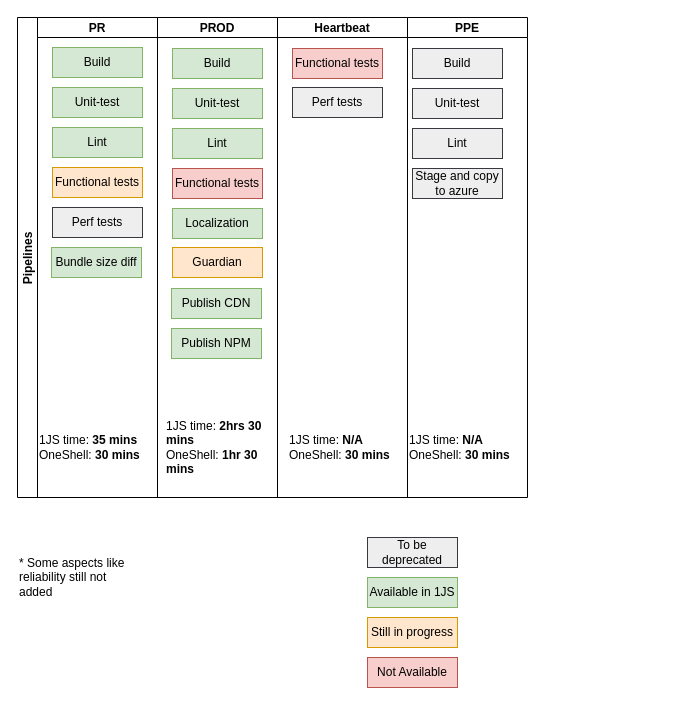
mskraiba/drawings keeps this draw.io diagram as Untitled Diagram.drawio. Above is the earlier version. Source tidied: cells renumbered, new cells numbered last; positions are measured from the earlier drawing's top-left corner, leaving out a move shared by most shapes. Both pictures are drawn from the tidied source at 100%, with x=0, y=0 at pixel (17, 17).
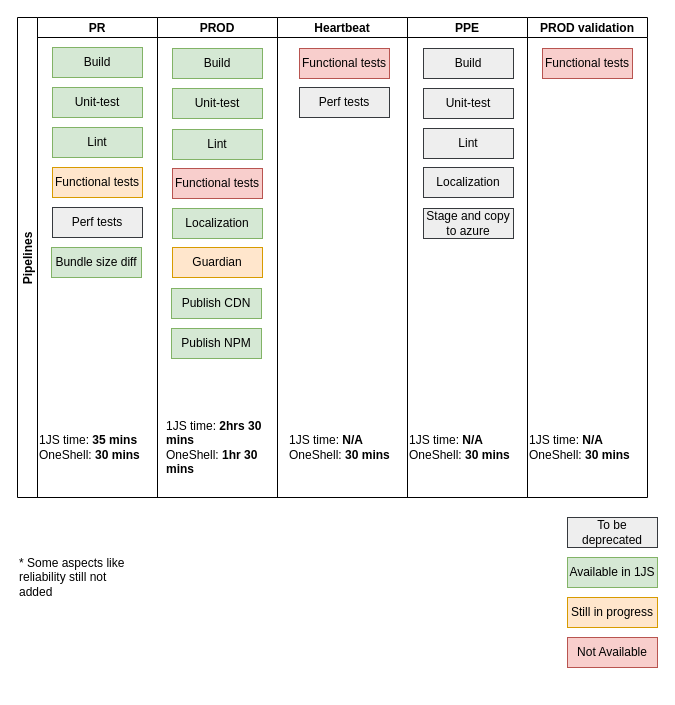
The same diagram, later.

Commit message:
Pipelines Mapping

Change to the diagram source:
```diff
@@
-    <mxCell id="17" value="Lint" style="rounded=0;whiteSpace=wrap;html=1;fillColor=#d5e8d4;strokeColor=#82b366;" parent="1" vertex="1">
-      <mxGeometry x="155" y="111" width="90" height="30" as="geometry" />
-    </mxCell>
@@
     <mxCell id="22" value="Functional tests" style="rounded=0;whiteSpace=wrap;html=1;fillColor=#f8cecc;strokeColor=#b85450;" parent="1" vertex="1">
-      <mxGeometry x="275" y="31" width="90" height="30" as="geometry" />
+      <mxGeometry x="282" y="31" width="90" height="30" as="geometry" />
     </mxCell>
@@
     <mxCell id="24" value="Perf tests" style="rounded=0;whiteSpace=wrap;html=1;fillColor=#eeeeee;strokeColor=#36393d;" parent="1" vertex="1">
-      <mxGeometry x="275" y="70" width="90" height="30" as="geometry" />
+      <mxGeometry x="282" y="70" width="90" height="30" as="geometry" />
     </mxCell>
@@
     <mxCell id="26" value="Build" style="rounded=0;whiteSpace=wrap;html=1;fillColor=#eeeeee;strokeColor=#36393d;" parent="1" vertex="1">
-      <mxGeometry x="395" y="31" width="90" height="30" as="geometry" />
+      <mxGeometry x="406" y="31" width="90" height="30" as="geometry" />
     </mxCell>
     <mxCell id="27" value="Unit-test" style="rounded=0;whiteSpace=wrap;html=1;fillColor=#eeeeee;strokeColor=#36393d;" parent="1" vertex="1">
-      <mxGeometry x="395" y="71" width="90" height="30" as="geometry" />
+      <mxGeometry x="406" y="71" width="90" height="30" as="geometry" />
     </mxCell>
     <mxCell id="28" value="Lint" style="rounded=0;whiteSpace=wrap;html=1;fillColor=#eeeeee;strokeColor=#36393d;" parent="1" vertex="1">
-      <mxGeometry x="395" y="111" width="90" height="30" as="geometry" />
+      <mxGeometry x="406" y="111" width="90" height="30" as="geometry" />
     </mxCell>
     <mxCell id="29" value="Stage and copy to azure" style="rounded=0;whiteSpace=wrap;html=1;fillColor=#eeeeee;strokeColor=#36393d;" parent="1" vertex="1">
-      <mxGeometry x="395" y="151" width="90" height="30" as="geometry" />
+      <mxGeometry x="406" y="191" width="90" height="30" as="geometry" />
     </mxCell>
@@
     <mxCell id="31" value="To be deprecated" style="rounded=0;whiteSpace=wrap;html=1;fillColor=#eeeeee;strokeColor=#36393d;" parent="1" vertex="1">
-      <mxGeometry x="350" y="520" width="90" height="30" as="geometry" />
+      <mxGeometry x="550" y="500" width="90" height="30" as="geometry" />
     </mxCell>
     <mxCell id="32" value="Available in 1JS" style="rounded=0;whiteSpace=wrap;html=1;fillColor=#d5e8d4;strokeColor=#82b366;" parent="1" vertex="1">
-      <mxGeometry x="350" y="560" width="90" height="30" as="geometry" />
+      <mxGeometry x="550" y="540" width="90" height="30" as="geometry" />
     </mxCell>
     <mxCell id="33" value="Still in progress" style="rounded=0;whiteSpace=wrap;html=1;fillColor=#ffe6cc;strokeColor=#d79b00;" parent="1" vertex="1">
-      <mxGeometry x="350" y="600" width="90" height="30" as="geometry" />
+      <mxGeometry x="550" y="580" width="90" height="30" as="geometry" />
     </mxCell>
     <mxCell id="34" value="Not Available" style="rounded=0;whiteSpace=wrap;html=1;fillColor=#f8cecc;strokeColor=#b85450;" parent="1" vertex="1">
-      <mxGeometry x="350" y="640" width="90" height="30" as="geometry" />
+      <mxGeometry x="550" y="620" width="90" height="30" as="geometry" />
     </mxCell>
@@
+    <mxCell id="36" value="PROD validation" style="swimlane;startSize=20;" parent="1" vertex="1">
+      <mxGeometry x="510" width="120" height="480" as="geometry" />
+    </mxCell>
+    <mxCell id="37" value="&lt;div&gt;1JS time: &lt;b&gt;N/A&lt;/b&gt;&lt;/div&gt;&lt;div&gt;OneShell: &lt;b&gt;30 mins&lt;/b&gt;&lt;/div&gt;" style="text;strokeColor=none;fillColor=none;html=1;whiteSpace=wrap;verticalAlign=middle;overflow=hidden;" parent="36" vertex="1">
+      <mxGeometry y="390" width="120" height="80" as="geometry" />
+    </mxCell>
+    <mxCell id="38" value="Functional tests" style="rounded=0;whiteSpace=wrap;html=1;fillColor=#f8cecc;strokeColor=#b85450;" parent="36" vertex="1">
+      <mxGeometry x="15" y="31" width="90" height="30" as="geometry" />
+    </mxCell>
+    <mxCell id="39" value="Localization" style="rounded=0;whiteSpace=wrap;html=1;fillColor=#eeeeee;strokeColor=#36393d;" parent="1" vertex="1">
+      <mxGeometry x="406" y="150" width="90" height="30" as="geometry" />
+    </mxCell>
+    <mxCell id="17" value="Lint" style="rounded=0;whiteSpace=wrap;html=1;fillColor=#d5e8d4;strokeColor=#82b366;" parent="1" vertex="1">
+      <mxGeometry x="155" y="112" width="90" height="30" as="geometry" />
+    </mxCell>
```
